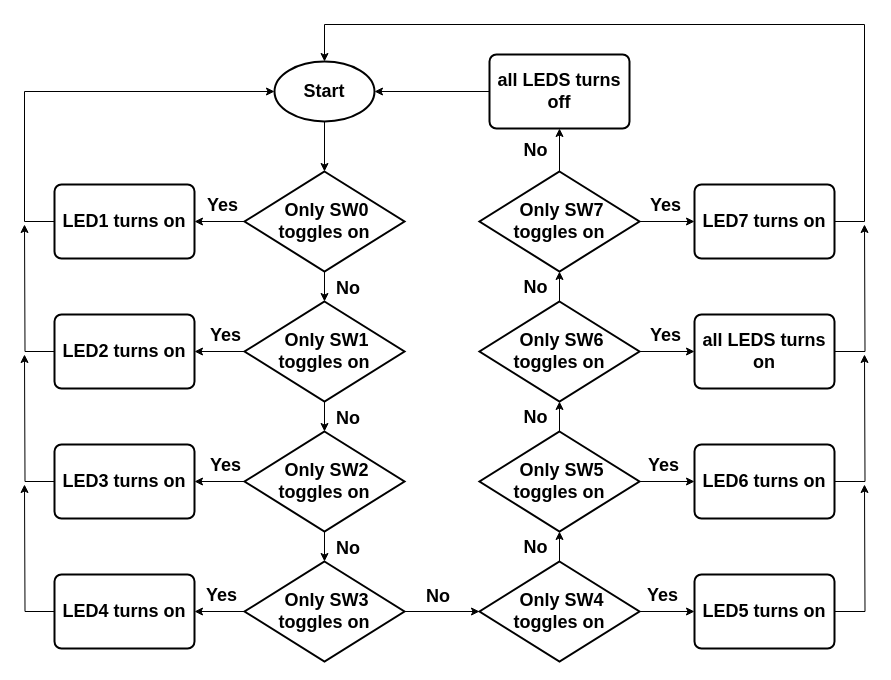
The draw.io diagram page "task1" (1 of 3) of MEC302_flowcharts.drawio in 1102131860/MEC302, before the edit. Source tidied: cells renumbered, new cells numbered last; positions are measured from the earlier drawing's top-left corner, leaving out a move shared by most shapes. Both pictures are drawn from the tidied source at 100%, with x=0, y=0 at pixel (24, 24).
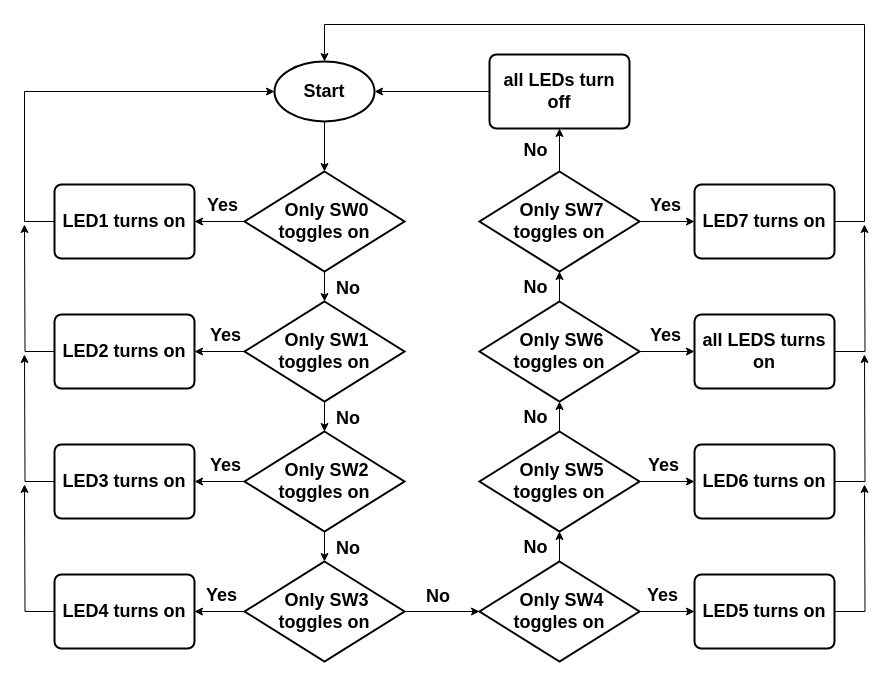
Above is the later version.

The edit, as a diff of the source:
```diff
@@
-    <mxCell id="19" value="&lt;font style=&quot;font-size: 18px;&quot;&gt;&lt;b&gt;all LEDS turns off&lt;/b&gt;&lt;/font&gt;" style="rounded=1;whiteSpace=wrap;html=1;absoluteArcSize=1;arcSize=14;strokeWidth=2;" parent="1" vertex="1">
+    <mxCell id="19" value="&lt;font style=&quot;font-size: 18px;&quot;&gt;&lt;b&gt;all LEDs turn off&lt;/b&gt;&lt;/font&gt;" style="rounded=1;whiteSpace=wrap;html=1;absoluteArcSize=1;arcSize=14;strokeWidth=2;" parent="1" vertex="1">
       <mxGeometry x="465" y="30" width="140" height="74" as="geometry" />
     </mxCell>
```
